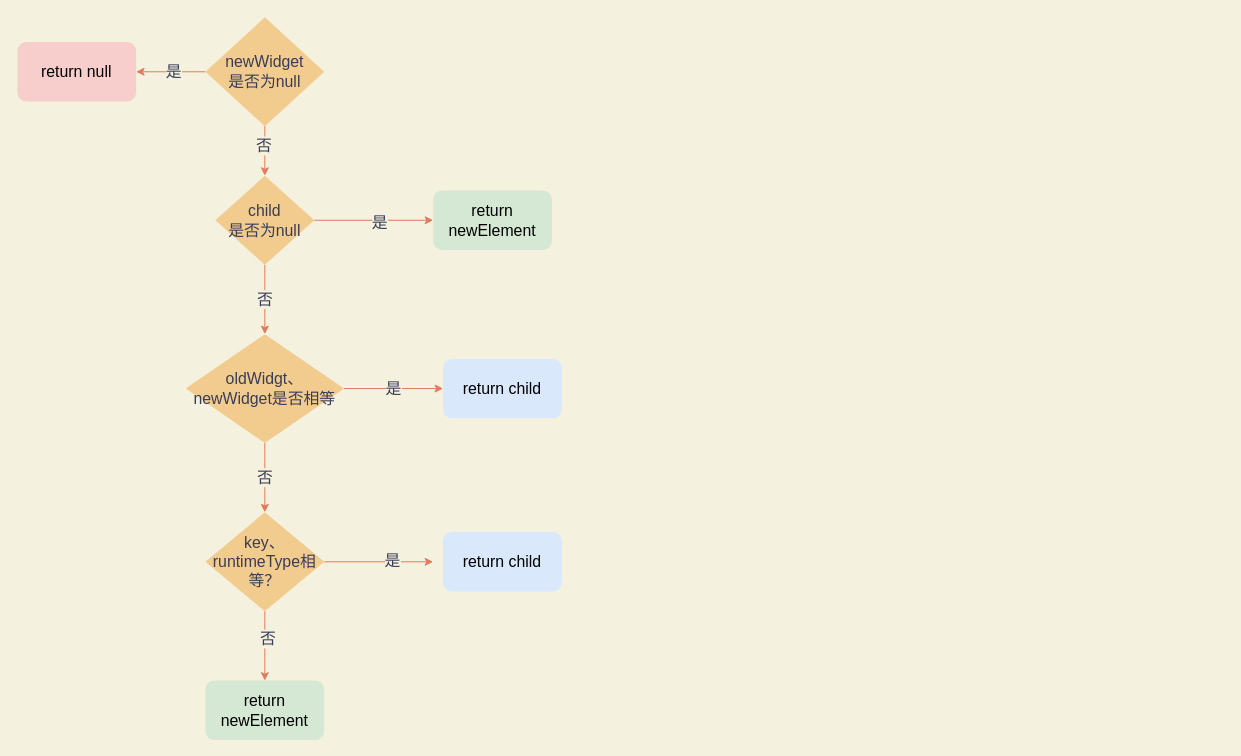
Earlier version of the draw.io diagram flutter/updateChild.drawio (ShzMinato/Flutter). Source tidied: cells renumbered, new cells numbered last; positions are measured from the earlier drawing's top-left corner, leaving out a move shared by most shapes. Both pictures are drawn from the tidied source at 99%, with x=0, y=0 at pixel (17, 17).
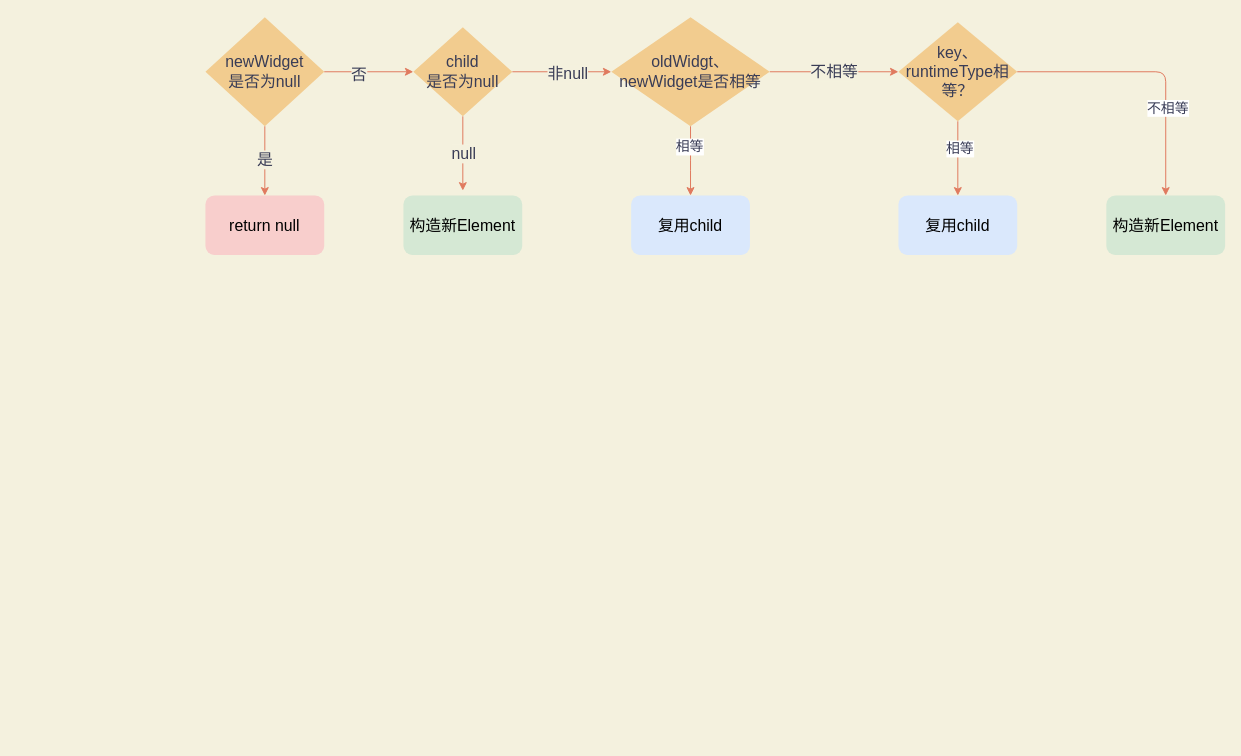
The same diagram, later.

The change refers to these unchanged cells:
```xml
<mxCell id="6" value="newWidget&lt;br style=&quot;font-size: 16px;&quot;&gt;是否为null" style="rhombus;whiteSpace=wrap;html=1;fontSize=16;fillColor=#F2CC8F;fontColor=#393C56;strokeColor=none;" parent="1" vertex="1">
  <mxGeometry x="190" width="120" height="110" as="geometry" />
</mxCell>
```

What changed in the source:
```diff
@@
-    <mxCell id="2" style="edgeStyle=orthogonalEdgeStyle;rounded=0;jettySize=auto;html=1;exitX=0;exitY=0.5;exitDx=0;exitDy=0;entryX=1;entryY=0.5;entryDx=0;entryDy=0;fontSize=16;strokeColor=#E07A5F;fontColor=#393C56;labelBackgroundColor=#F4F1DE;" parent="1" edge="1" source="6" target="7">
+    <mxCell id="2" style="edgeStyle=orthogonalEdgeStyle;rounded=0;jettySize=auto;html=1;exitX=0.5;exitY=1;exitDx=0;exitDy=0;entryX=0.5;entryY=0;entryDx=0;entryDy=0;fontSize=16;strokeColor=#E07A5F;fontColor=#393C56;labelBackgroundColor=#F4F1DE;" parent="1" edge="1" source="6" target="7">
       <mxGeometry relative="1" as="geometry" />
     </mxCell>
@@
-    <mxCell id="4" style="edgeStyle=orthogonalEdgeStyle;rounded=0;jettySize=auto;html=1;exitX=0.5;exitY=1;exitDx=0;exitDy=0;entryX=0.5;entryY=0;entryDx=0;entryDy=0;fontSize=16;strokeColor=#E07A5F;fontColor=#393C56;labelBackgroundColor=#F4F1DE;" parent="1" edge="1" source="6" target="11">
+    <mxCell id="4" style="edgeStyle=orthogonalEdgeStyle;rounded=0;jettySize=auto;html=1;fontSize=16;strokeColor=#E07A5F;fontColor=#393C56;labelBackgroundColor=#F4F1DE;" parent="1" edge="1" source="6" target="11">
       <mxGeometry relative="1" as="geometry" />
     </mxCell>
@@
     <mxCell id="7" value="return null" style="rounded=1;whiteSpace=wrap;html=1;fontSize=16;fillColor=#f8cecc;strokeColor=none;" parent="1" vertex="1">
-      <mxGeometry y="25" width="120" height="60" as="geometry" />
+      <mxGeometry x="190" y="180" width="120" height="60" as="geometry" />
     </mxCell>
-    <mxCell id="8" value="否" style="edgeStyle=orthogonalEdgeStyle;rounded=0;jettySize=auto;html=1;exitX=0.5;exitY=1;exitDx=0;exitDy=0;fontSize=16;strokeColor=#E07A5F;fontColor=#393C56;labelBackgroundColor=#F4F1DE;" parent="1" edge="1" source="11">
+    <mxCell id="8" value="null" style="edgeStyle=orthogonalEdgeStyle;rounded=0;jettySize=auto;html=1;exitX=0.5;exitY=1;exitDx=0;exitDy=0;fontSize=16;strokeColor=#E07A5F;fontColor=#393C56;labelBackgroundColor=#F4F1DE;" parent="1" edge="1" source="11">
       <mxGeometry relative="1" as="geometry">
-        <mxPoint x="250" y="320" as="targetPoint" />
+        <mxPoint x="450" y="175" as="targetPoint" />
       </mxGeometry>
     </mxCell>
-    <mxCell id="9" style="edgeStyle=orthogonalEdgeStyle;rounded=0;jettySize=auto;html=1;exitX=1;exitY=0.5;exitDx=0;exitDy=0;fontSize=16;entryX=0;entryY=0.5;entryDx=0;entryDy=0;strokeColor=#E07A5F;fontColor=#393C56;labelBackgroundColor=#F4F1DE;" parent="1" edge="1" source="11" target="23">
+    <mxCell id="9" style="edgeStyle=orthogonalEdgeStyle;rounded=0;jettySize=auto;html=1;exitX=1;exitY=0.5;exitDx=0;exitDy=0;fontSize=16;entryX=0;entryY=0.5;entryDx=0;entryDy=0;strokeColor=#E07A5F;fontColor=#393C56;labelBackgroundColor=#F4F1DE;" parent="1" edge="1" source="11" target="15">
       <mxGeometry relative="1" as="geometry" />
     </mxCell>
-    <mxCell id="10" value="是" style="edgeLabel;html=1;align=center;verticalAlign=middle;fontSize=16;fontColor=#393C56;labelBackgroundColor=#F4F1DE;" parent="9" vertex="1">
+    <mxCell id="10" value="非null" style="edgeLabel;html=1;align=center;verticalAlign=middle;fontSize=16;fontColor=#393C56;labelBackgroundColor=#F4F1DE;" parent="9" vertex="1">
       <mxGeometry x="0.09" y="-1" relative="1" as="geometry" />
     </mxCell>
     <mxCell id="11" value="child&lt;br style=&quot;font-size: 16px;&quot;&gt;是否为null" style="rhombus;whiteSpace=wrap;html=1;fontSize=16;fillColor=#F2CC8F;fontColor=#393C56;strokeColor=none;" parent="1" vertex="1">
-      <mxGeometry x="200" y="160" width="100" height="90" as="geometry" />
+      <mxGeometry x="400" y="10" width="100" height="90" as="geometry" />
     </mxCell>
-    <mxCell id="12" value="return newElement" style="rounded=1;whiteSpace=wrap;html=1;fontSize=16;fillColor=#d5e8d4;strokeColor=none;" parent="1" vertex="1">
-      <mxGeometry x="190" y="670" width="120" height="60" as="geometry" />
-    </mxCell>
-    <mxCell id="13" value="否" style="edgeStyle=orthogonalEdgeStyle;rounded=0;jettySize=auto;html=1;exitX=0.5;exitY=1;exitDx=0;exitDy=0;fontSize=16;strokeColor=#E07A5F;fontColor=#393C56;labelBackgroundColor=#F4F1DE;" parent="1" edge="1" source="15">
-      <mxGeometry relative="1" as="geometry">
-        <mxPoint x="250" y="500" as="targetPoint" />
-      </mxGeometry>
-    </mxCell>
-    <mxCell id="14" value="是" style="edgeStyle=orthogonalEdgeStyle;rounded=0;jettySize=auto;html=1;exitX=1;exitY=0.5;exitDx=0;exitDy=0;fontSize=16;strokeColor=#E07A5F;fontColor=#393C56;labelBackgroundColor=#F4F1DE;" parent="1" edge="1" source="15">
-      <mxGeometry relative="1" as="geometry">
-        <mxPoint x="430" y="375" as="targetPoint" />
-      </mxGeometry>
+    <mxCell id="14" value="不相等" style="edgeStyle=orthogonalEdgeStyle;rounded=0;jettySize=auto;html=1;exitX=1;exitY=0.5;exitDx=0;exitDy=0;fontSize=16;strokeColor=#E07A5F;fontColor=#393C56;labelBackgroundColor=#F4F1DE;entryX=0;entryY=0.5;entryDx=0;entryDy=0;" parent="1" edge="1" source="15" target="21">
+      <mxGeometry relative="1" as="geometry" />
     </mxCell>
+    <mxCell id="24" style="edgeStyle=orthogonalEdgeStyle;curved=0;rounded=1;sketch=0;jettySize=auto;html=1;exitX=0.5;exitY=1;exitDx=0;exitDy=0;entryX=0.5;entryY=0;entryDx=0;entryDy=0;strokeColor=#E07A5F;fillColor=#F2CC8F;fontColor=#393C56;" parent="1" edge="1" source="15">
+      <mxGeometry relative="1" as="geometry">
+        <mxPoint x="680" y="180" as="targetPoint" />
+      </mxGeometry>
+    </mxCell>
+    <mxCell id="25" value="相等" style="edgeLabel;html=1;align=center;verticalAlign=middle;fontSize=14;fontColor=#393C56;" parent="24" vertex="1">
+      <mxGeometry x="-0.43" y="-2" relative="1" as="geometry" />
+    </mxCell>
     <mxCell id="15" value="oldWidgt、 newWidget是否相等" style="rhombus;whiteSpace=wrap;html=1;fontSize=16;fillColor=#F2CC8F;fontColor=#393C56;strokeColor=none;" parent="1" vertex="1">
-      <mxGeometry x="170" y="320" width="160" height="110" as="geometry" />
+      <mxGeometry x="600" width="160" height="110" as="geometry" />
     </mxCell>
-    <mxCell id="16" value="return child" style="rounded=1;whiteSpace=wrap;html=1;fontSize=16;fillColor=#dae8fc;strokeColor=none;" parent="1" vertex="1">
-      <mxGeometry x="430" y="345" width="120" height="60" as="geometry" />
+    <mxCell id="16" value="复用child" style="rounded=1;whiteSpace=wrap;html=1;fontSize=16;fillColor=#dae8fc;strokeColor=none;" parent="1" vertex="1">
+      <mxGeometry x="890" y="180" width="120" height="60" as="geometry" />
     </mxCell>
-    <mxCell id="17" style="edgeStyle=orthogonalEdgeStyle;rounded=0;jettySize=auto;html=1;exitX=0.5;exitY=1;exitDx=0;exitDy=0;fontSize=16;strokeColor=#E07A5F;fontColor=#393C56;labelBackgroundColor=#F4F1DE;" parent="1" edge="1" source="21">
-      <mxGeometry relative="1" as="geometry">
-        <mxPoint x="250" y="670" as="targetPoint" />
-      </mxGeometry>
-    </mxCell>
-    <mxCell id="18" value="否" style="edgeLabel;html=1;align=center;verticalAlign=middle;fontSize=16;fontColor=#393C56;labelBackgroundColor=#F4F1DE;" parent="17" vertex="1">
-      <mxGeometry x="-0.23" y="2" relative="1" as="geometry" />
-    </mxCell>
-    <mxCell id="19" style="edgeStyle=orthogonalEdgeStyle;rounded=0;jettySize=auto;html=1;exitX=1;exitY=0.5;exitDx=0;exitDy=0;fontSize=16;strokeColor=#E07A5F;fontColor=#393C56;labelBackgroundColor=#F4F1DE;" parent="1" edge="1" source="21">
-      <mxGeometry relative="1" as="geometry">
-        <mxPoint x="420" y="550" as="targetPoint" />
-      </mxGeometry>
-    </mxCell>
-    <mxCell id="20" value="是" style="edgeLabel;html=1;align=center;verticalAlign=middle;fontSize=16;fontColor=#393C56;labelBackgroundColor=#F4F1DE;" parent="19" vertex="1">
-      <mxGeometry x="0.25" y="2" relative="1" as="geometry" />
-    </mxCell>
+    <mxCell id="26" style="edgeStyle=orthogonalEdgeStyle;curved=0;rounded=1;sketch=0;jettySize=auto;html=1;exitX=0.5;exitY=1;exitDx=0;exitDy=0;strokeColor=#E07A5F;fillColor=#F2CC8F;fontSize=14;fontColor=#393C56;" parent="1" edge="1" source="21" target="16">
+      <mxGeometry relative="1" as="geometry" />
+    </mxCell>
+    <mxCell id="27" value="相等" style="edgeLabel;html=1;align=center;verticalAlign=middle;fontSize=14;fontColor=#393C56;" parent="26" vertex="1">
+      <mxGeometry x="-0.28" y="1" relative="1" as="geometry" />
+    </mxCell>
+    <mxCell id="28" style="edgeStyle=orthogonalEdgeStyle;curved=0;rounded=1;sketch=0;jettySize=auto;html=1;exitX=1;exitY=0.5;exitDx=0;exitDy=0;entryX=0.5;entryY=0;entryDx=0;entryDy=0;strokeColor=#E07A5F;fillColor=#F2CC8F;fontSize=14;fontColor=#393C56;" parent="1" edge="1" source="21" target="31">
+      <mxGeometry relative="1" as="geometry" />
+    </mxCell>
+    <mxCell id="29" value="不相等" style="edgeLabel;html=1;align=center;verticalAlign=middle;fontSize=14;fontColor=#393C56;" parent="28" vertex="1">
+      <mxGeometry x="0.35" y="1" relative="1" as="geometry" />
+    </mxCell>
     <mxCell id="21" value="key、runtimeType相等？" style="rhombus;whiteSpace=wrap;html=1;fontSize=16;fillColor=#F2CC8F;fontColor=#393C56;strokeColor=none;" parent="1" vertex="1">
-      <mxGeometry x="190" y="500" width="120" height="100" as="geometry" />
+      <mxGeometry x="890" y="5" width="120" height="100" as="geometry" />
     </mxCell>
-    <mxCell id="22" value="return child" style="rounded=1;whiteSpace=wrap;html=1;fontSize=16;fillColor=#dae8fc;strokeColor=none;" parent="1" vertex="1">
-      <mxGeometry x="430" y="520" width="120" height="60" as="geometry" />
+    <mxCell id="22" value="复用child" style="rounded=1;whiteSpace=wrap;html=1;fontSize=16;fillColor=#dae8fc;strokeColor=none;" parent="1" vertex="1">
+      <mxGeometry x="620" y="180" width="120" height="60" as="geometry" />
     </mxCell>
-    <mxCell id="23" value="return newElement" style="rounded=1;whiteSpace=wrap;html=1;fontSize=16;fillColor=#d5e8d4;strokeColor=none;" parent="1" vertex="1">
-      <mxGeometry x="420" y="175" width="120" height="60" as="geometry" />
-    </mxCell>
+    <mxCell id="30" value="构造新Element" style="rounded=1;whiteSpace=wrap;html=1;fontSize=16;fillColor=#d5e8d4;strokeColor=none;" parent="1" vertex="1">
+      <mxGeometry x="390" y="180" width="120" height="60" as="geometry" />
+    </mxCell>
+    <mxCell id="31" value="构造新Element" style="rounded=1;whiteSpace=wrap;html=1;fontSize=16;fillColor=#d5e8d4;strokeColor=none;" parent="1" vertex="1">
+      <mxGeometry x="1100" y="180" width="120" height="60" as="geometry" />
+    </mxCell>
```
